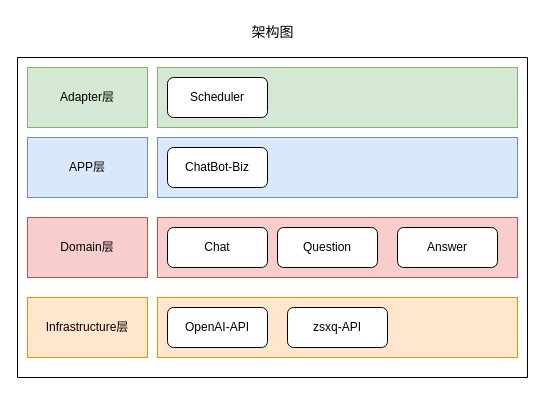
Before: doc/架构图.drawio in hehan-wang/hehan-chatbot, a draw.io diagram. Source tidied: cells renumbered, new cells numbered last; positions are measured from the earlier drawing's top-left corner, leaving out a move shared by most shapes. Both pictures are drawn from the tidied source at 100%, with x=0, y=0 at pixel (17, 17).
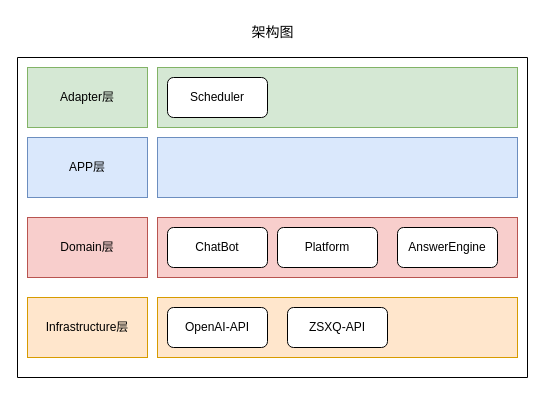
The same diagram, later.

What changed in the source:
```diff
@@
 <mxGraphModel>
   <root>
     <mxCell id="0" />
     <mxCell id="1" parent="0" />
     <mxCell id="2" style="swimlane;startSize=0;" parent="1" vertex="1">
       <mxGeometry y="40" width="510" height="320" as="geometry" />
     </mxCell>
     <mxCell id="3" value="Adapter层" style="rounded=0;whiteSpace=wrap;html=1;fillColor=#d5e8d4;strokeColor=#82b366;" parent="2" vertex="1">
       <mxGeometry x="10" y="10" width="120" height="60" as="geometry" />
     </mxCell>
     <mxCell id="4" style="rounded=0;whiteSpace=wrap;html=1;fillColor=#d5e8d4;strokeColor=#82b366;" parent="2" vertex="1">
       <mxGeometry x="140" y="10" width="360" height="60" as="geometry" />
     </mxCell>
     <mxCell id="5" value="APP层" style="rounded=0;whiteSpace=wrap;html=1;fillColor=#dae8fc;strokeColor=#6c8ebf;" parent="2" vertex="1">
       <mxGeometry x="10" y="80" width="120" height="60" as="geometry" />
     </mxCell>
     <mxCell id="6" style="rounded=0;whiteSpace=wrap;html=1;fillColor=#dae8fc;strokeColor=#6c8ebf;" parent="2" vertex="1">
       <mxGeometry x="140" y="80" width="360" height="60" as="geometry" />
     </mxCell>
     <mxCell id="7" value="Domain层" style="rounded=0;whiteSpace=wrap;html=1;fillColor=#f8cecc;strokeColor=#b85450;" parent="2" vertex="1">
       <mxGeometry x="10" y="160" width="120" height="60" as="geometry" />
     </mxCell>
     <mxCell id="8" style="rounded=0;whiteSpace=wrap;html=1;fillColor=#f8cecc;strokeColor=#b85450;" parent="2" vertex="1">
       <mxGeometry x="140" y="160" width="360" height="60" as="geometry" />
     </mxCell>
     <mxCell id="9" value="Infrastructure层" style="rounded=0;whiteSpace=wrap;html=1;fillColor=#ffe6cc;strokeColor=#d79b00;" parent="2" vertex="1">
       <mxGeometry x="10" y="240" width="120" height="60" as="geometry" />
     </mxCell>
     <mxCell id="10" style="rounded=0;whiteSpace=wrap;html=1;fillColor=#ffe6cc;strokeColor=#d79b00;" parent="2" vertex="1">
       <mxGeometry x="140" y="240" width="360" height="60" as="geometry" />
     </mxCell>
     <mxCell id="11" value="OpenAI-API" style="rounded=1;whiteSpace=wrap;html=1;" parent="2" vertex="1">
       <mxGeometry x="150" y="250" width="100" height="40" as="geometry" />
     </mxCell>
-    <mxCell id="12" value="zsxq-API" style="rounded=1;whiteSpace=wrap;html=1;" parent="2" vertex="1">
+    <mxCell id="12" value="ZSXQ-API" style="rounded=1;whiteSpace=wrap;html=1;" parent="2" vertex="1">
       <mxGeometry x="270" y="250" width="100" height="40" as="geometry" />
     </mxCell>
     <mxCell id="13" value="Scheduler" style="rounded=1;whiteSpace=wrap;html=1;" parent="2" vertex="1">
       <mxGeometry x="150" y="20" width="100" height="40" as="geometry" />
     </mxCell>
-    <mxCell id="14" value="Chat" style="rounded=1;whiteSpace=wrap;html=1;" parent="2" vertex="1">
+    <mxCell id="14" value="ChatBot" style="rounded=1;whiteSpace=wrap;html=1;" parent="2" vertex="1">
       <mxGeometry x="150" y="170" width="100" height="40" as="geometry" />
     </mxCell>
-    <mxCell id="15" value="Question" style="rounded=1;whiteSpace=wrap;html=1;" parent="2" vertex="1">
+    <mxCell id="15" value="Platform" style="rounded=1;whiteSpace=wrap;html=1;" parent="2" vertex="1">
       <mxGeometry x="260" y="170" width="100" height="40" as="geometry" />
     </mxCell>
-    <mxCell id="16" value="Answer" style="rounded=1;whiteSpace=wrap;html=1;" parent="2" vertex="1">
+    <mxCell id="16" value="AnswerEngine" style="rounded=1;whiteSpace=wrap;html=1;" parent="2" vertex="1">
       <mxGeometry x="380" y="170" width="100" height="40" as="geometry" />
     </mxCell>
-    <mxCell id="17" value="ChatBot-Biz" style="rounded=1;whiteSpace=wrap;html=1;" parent="2" vertex="1">
-      <mxGeometry x="150" y="90" width="100" height="40" as="geometry" />
-    </mxCell>
     <mxCell id="18" value="&lt;font style=&quot;font-size: 14px;&quot;&gt;架构图&lt;/font&gt;" style="text;html=1;align=center;verticalAlign=middle;strokeColor=none;fillColor=none;" parent="1" vertex="1">
       <mxGeometry x="220" width="70" height="30" as="geometry" />
     </mxCell>
   </root>
 </mxGraphModel>
```
